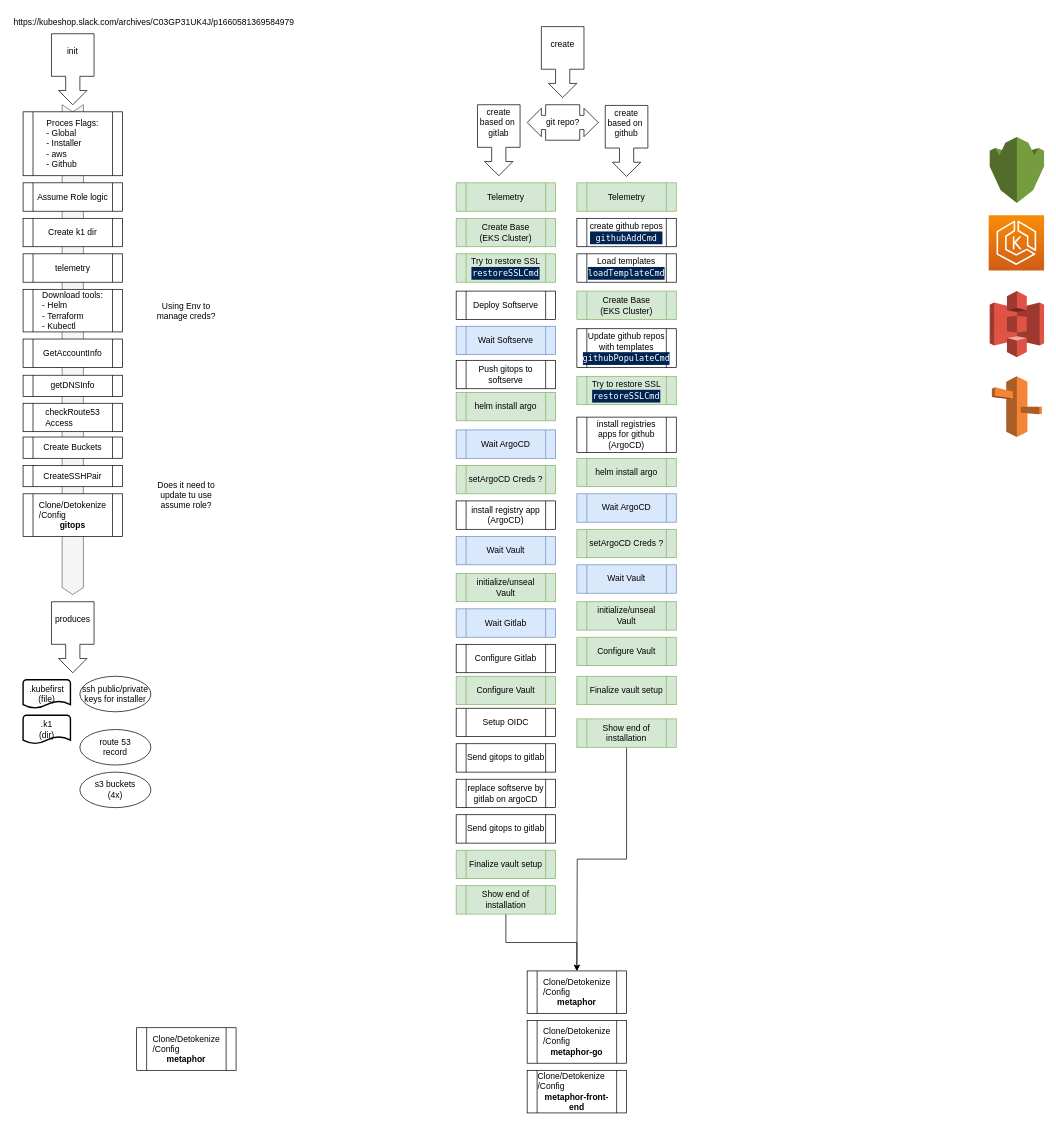
Above: Installer.drawio in org-demo-6za/diagrams-kubefirst (draw.io), before the change. Source tidied: cells renumbered, new cells numbered last; positions are measured from the earlier drawing's top-left corner, leaving out a move shared by most shapes. Both pictures are drawn from the tidied source at 71%, with x=0, y=0 at pixel (-173, 12). Pictures stored in the file or linked from it are replaced by grey dashed boxes.
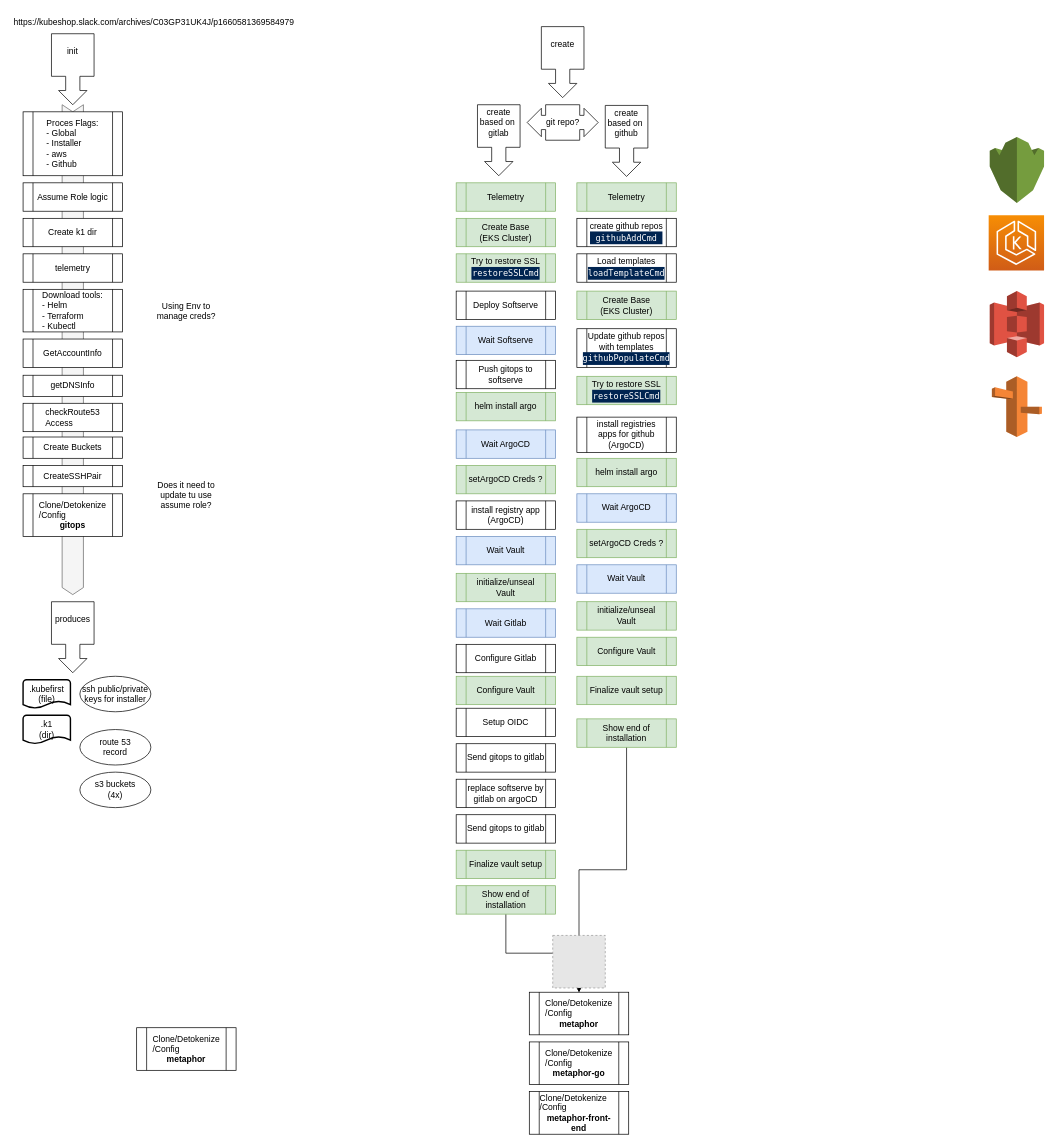
The same diagram, later.

The change refers to these unchanged cells:
```xml
<mxCell id="60" value="&lt;div style=&quot;&quot;&gt;Show end of installation&lt;/div&gt;" style="shape=process;whiteSpace=wrap;html=1;backgroundOutline=1;align=center;fillColor=#d5e8d4;strokeColor=#82b366;" parent="1" vertex="1">
  <mxGeometry x="885" y="1230" width="140" height="40" as="geometry" />
</mxCell>
<mxCell id="76" value="&lt;div style=&quot;&quot;&gt;Show end of installation&lt;/div&gt;" style="shape=process;whiteSpace=wrap;html=1;backgroundOutline=1;align=center;fillColor=#d5e8d4;strokeColor=#82b366;" parent="1" vertex="1">
  <mxGeometry x="1055" y="995" width="140" height="40" as="geometry" />
</mxCell>
```

Diff of the diagram source:
```diff
@@
     <mxCell id="31" value="&lt;div style=&quot;text-align: left;&quot;&gt;Clone/Detokenize&lt;/div&gt;&lt;div style=&quot;text-align: left;&quot;&gt;/Config&lt;/div&gt;&lt;div style=&quot;&quot;&gt;&lt;b&gt;metaphor&lt;/b&gt;&lt;br&gt;&lt;/div&gt;" style="shape=process;whiteSpace=wrap;html=1;backgroundOutline=1;" parent="1" vertex="1">
-      <mxGeometry x="985" y="1350" width="140" height="60" as="geometry" />
+      <mxGeometry x="988" y="1380" width="140" height="60" as="geometry" />
     </mxCell>
@@
-    <mxCell id="59" style="edgeStyle=orthogonalEdgeStyle;rounded=0;jettySize=auto;html=1;exitX=0.5;exitY=1;exitDx=0;exitDy=0;entryX=0.5;entryY=0;entryDx=0;entryDy=0;" parent="1" edge="1" source="60" target="31">
+    <mxCell id="59" style="edgeStyle=orthogonalEdgeStyle;rounded=0;jettySize=auto;html=1;exitX=0.5;exitY=1;exitDx=0;exitDy=0;" parent="1" edge="1" source="60" target="31">
       <mxGeometry relative="1" as="geometry" />
     </mxCell>
@@
-    <mxCell id="75" style="edgeStyle=orthogonalEdgeStyle;rounded=0;jettySize=auto;html=1;exitX=0.5;exitY=1;exitDx=0;exitDy=0;" parent="1" edge="1" source="76">
-      <mxGeometry relative="1" as="geometry">
-        <mxPoint x="1055" y="1350" as="targetPoint" />
-      </mxGeometry>
-    </mxCell>
+    <mxCell id="80" style="edgeStyle=orthogonalEdgeStyle;rounded=0;jettySize=auto;html=1;exitX=0.5;exitY=1;exitDx=0;exitDy=0;" parent="1" edge="1" source="76" target="31">
+      <mxGeometry relative="1" as="geometry" />
+    </mxCell>
@@
     <mxCell id="77" value="&lt;div style=&quot;text-align: left;&quot;&gt;Clone/Detokenize&lt;/div&gt;&lt;div style=&quot;text-align: left;&quot;&gt;/Config&lt;/div&gt;&lt;div style=&quot;&quot;&gt;&lt;b&gt;metaphor-go&lt;/b&gt;&lt;br&gt;&lt;/div&gt;" style="shape=process;whiteSpace=wrap;html=1;backgroundOutline=1;" parent="1" vertex="1">
-      <mxGeometry x="985" y="1420" width="140" height="60" as="geometry" />
+      <mxGeometry x="988" y="1450" width="140" height="60" as="geometry" />
     </mxCell>
     <mxCell id="78" value="&lt;div style=&quot;text-align: left;&quot;&gt;Clone/Detokenize&lt;/div&gt;&lt;div style=&quot;text-align: left;&quot;&gt;/Config&lt;/div&gt;&lt;div style=&quot;&quot;&gt;&lt;b&gt;metaphor-front-end&lt;/b&gt;&lt;br&gt;&lt;/div&gt;" style="shape=process;whiteSpace=wrap;html=1;backgroundOutline=1;" parent="1" vertex="1">
-      <mxGeometry x="985" y="1490" width="140" height="60" as="geometry" />
+      <mxGeometry x="988" y="1520" width="140" height="60" as="geometry" />
     </mxCell>
@@
+    <mxCell id="81" style="fillColor=#E6E6E6;strokeColor=#999999;dashed=1;html=1;verticalAlign=top;verticalLabelPosition=bottom;labelBackgroundColor=#ffffff;" parent="1" vertex="1">
+      <mxGeometry x="1021" y="1300" width="74" height="74" as="geometry" />
+    </mxCell>
```
